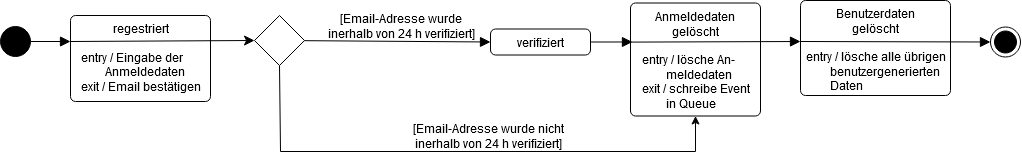
Before: Dokumente/Benutzerlebenszyklus/Benutzer Zustandsdiagramm.drawio.png, a diagram exported from draw.io (DavidFambach/Abgabe-ASE-Patientenakte). Source tidied: cells renumbered, new cells last; positions are measured from the earlier drawing's top-left corner, leaving out a move shared by most shapes.
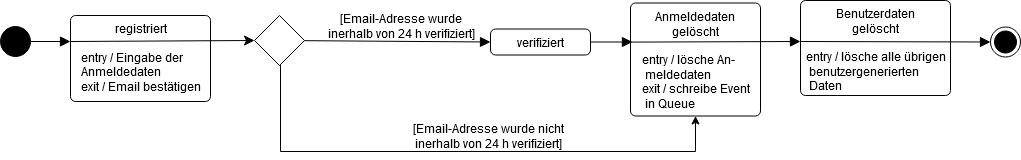
The same diagram one commit later.

The edit, as a diff of the source:
```diff
@@ -11,13 +11,13 @@
     <mxCell id="4" value="&lt;div&gt;verifiziert&lt;/div&gt;&lt;div&gt;&lt;br&gt;&lt;/div&gt;&lt;div align=&quot;left&quot;&gt;&lt;br&gt;&lt;/div&gt;" style="html=1;align=center;verticalAlign=top;rounded=1;absoluteArcSize=1;arcSize=10;dashed=0;" parent="1" vertex="1">
       <mxGeometry x="490" y="28.5" width="100" height="26" as="geometry" />
     </mxCell>
-    <mxCell id="5" value="&lt;div&gt;regestriert&lt;/div&gt;&lt;div&gt;&lt;br&gt;&lt;/div&gt;&lt;div align=&quot;left&quot;&gt;entry / Eingabe der &lt;br&gt;&lt;/div&gt;&lt;div align=&quot;left&quot;&gt;&lt;span style=&quot;&quot;&gt;&#9;&lt;/span&gt;&lt;span style=&quot;white-space: pre;&quot;&gt;&#9;&lt;/span&gt;Anmeldedaten&lt;/div&gt;&lt;div align=&quot;left&quot;&gt;exit / Email bestätigen&lt;/div&gt;" style="html=1;align=center;verticalAlign=top;rounded=1;absoluteArcSize=1;arcSize=10;dashed=0;" parent="1" vertex="1">
+    <mxCell id="5" value="&lt;div&gt;registriert&lt;/div&gt;&lt;div&gt;&lt;br&gt;&lt;/div&gt;&lt;div align=&quot;left&quot;&gt;entry / Eingabe der &lt;br&gt;&lt;/div&gt;&lt;div align=&quot;left&quot;&gt;&lt;span style=&quot;&quot;&gt; &lt;/span&gt;&lt;span style=&quot;&quot;&gt; &lt;/span&gt;Anmeldedaten&lt;/div&gt;&lt;div align=&quot;left&quot;&gt;exit / Email bestätigen&lt;/div&gt;" style="html=1;align=center;verticalAlign=top;rounded=1;absoluteArcSize=1;arcSize=10;dashed=0;" parent="1" vertex="1">
       <mxGeometry x="70" y="15" width="140" height="86" as="geometry" />
     </mxCell>
-    <mxCell id="6" value="&lt;div&gt;Anmeldedaten &lt;br&gt;&lt;/div&gt;&lt;div&gt;gelöscht&lt;/div&gt;&lt;div&gt;&lt;br&gt;&lt;/div&gt;&lt;div align=&quot;left&quot;&gt;entry / lösche An-&lt;/div&gt;&lt;div align=&quot;left&quot;&gt;&lt;span style=&quot;&quot;&gt;&#9;&lt;/span&gt;&lt;span style=&quot;white-space: pre;&quot;&gt;&#9;&lt;/span&gt;meldedaten&lt;/div&gt;&lt;div align=&quot;left&quot;&gt;exit / schreibe Event &lt;br&gt;&lt;/div&gt;&lt;div align=&quot;left&quot;&gt;&lt;span style=&quot;white-space: pre;&quot;&gt;&#9;&lt;/span&gt;in Queue&lt;/div&gt;" style="html=1;align=center;verticalAlign=top;rounded=1;absoluteArcSize=1;arcSize=10;dashed=0;" parent="1" vertex="1">
+    <mxCell id="6" value="&lt;div&gt;Anmeldedaten &lt;br&gt;&lt;/div&gt;&lt;div&gt;gelöscht&lt;/div&gt;&lt;div&gt;&lt;br&gt;&lt;/div&gt;&lt;div align=&quot;left&quot;&gt;entry / lösche An-&lt;/div&gt;&lt;div align=&quot;left&quot;&gt;&lt;span style=&quot;&quot;&gt; &lt;/span&gt;&lt;span style=&quot;white-space: pre;&quot;&gt; &lt;/span&gt;meldedaten&lt;/div&gt;&lt;div align=&quot;left&quot;&gt;exit / schreibe Event &lt;br&gt;&lt;/div&gt;&lt;div align=&quot;left&quot;&gt;&lt;span style=&quot;white-space: pre;&quot;&gt; &lt;/span&gt;in Queue&lt;/div&gt;" style="html=1;align=center;verticalAlign=top;rounded=1;absoluteArcSize=1;arcSize=10;dashed=0;" parent="1" vertex="1">
       <mxGeometry x="630" y="2.5" width="130" height="113" as="geometry" />
     </mxCell>
-    <mxCell id="7" value="&lt;div&gt;Benutzerdaten &lt;br&gt;&lt;/div&gt;&lt;div&gt;gelöscht&lt;/div&gt;&lt;div&gt;&lt;br&gt;&lt;/div&gt;&lt;div align=&quot;left&quot;&gt;entry / lösche alle übrigen&lt;br&gt;&lt;/div&gt;&lt;div align=&quot;left&quot;&gt;&lt;span style=&quot;white-space: pre;&quot;&gt;&#9;&lt;/span&gt;benutzergenerierten&lt;/div&gt;&lt;div align=&quot;left&quot;&gt;&lt;span style=&quot;white-space: pre;&quot;&gt;&#9;&lt;/span&gt;Daten&lt;br&gt;&lt;/div&gt;" style="html=1;align=center;verticalAlign=top;rounded=1;absoluteArcSize=1;arcSize=10;dashed=0;" parent="1" vertex="1">
+    <mxCell id="7" value="&lt;div&gt;Benutzerdaten &lt;br&gt;&lt;/div&gt;&lt;div&gt;gelöscht&lt;/div&gt;&lt;div&gt;&lt;br&gt;&lt;/div&gt;&lt;div align=&quot;left&quot;&gt;entry / lösche alle übrigen&lt;br&gt;&lt;/div&gt;&lt;div align=&quot;left&quot;&gt;&lt;span style=&quot;white-space: pre;&quot;&gt; &lt;/span&gt;benutzergenerierten&lt;/div&gt;&lt;div align=&quot;left&quot;&gt;&lt;span style=&quot;white-space: pre;&quot;&gt; &lt;/span&gt;Daten&lt;br&gt;&lt;/div&gt;" style="html=1;align=center;verticalAlign=top;rounded=1;absoluteArcSize=1;arcSize=10;dashed=0;" parent="1" vertex="1">
       <mxGeometry x="800" width="150" height="95" as="geometry" />
     </mxCell>
     <mxCell id="8" style="endArrow=block;startArrow=none;endFill=1;startFill=0;endSize=8;html=1;verticalAlign=bottom;labelBackgroundColor=none;strokeWidth=1;rounded=0;fontSize=14;exitX=1;exitY=0.5;exitDx=0;exitDy=0;" parent="1" edge="1" source="2">
```
